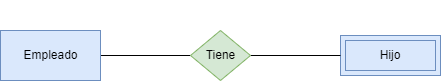
Above: tareas/tarea-1/images/ejercicio8.drawio.png in aguemarrero/base-datos (draw.io), before the change. Source tidied: cells renumbered, new cells last; positions are measured from the earlier drawing's top-left corner, leaving out a move shared by most shapes. The source it was exported from:
```xml
<mxGraphModel>
  <root>
    <mxCell id="0" />
    <mxCell id="1" parent="0" />
    <mxCell id="2" style="edgeStyle=none;html=1;exitX=1;exitY=0.5;exitDx=0;exitDy=0;fontColor=#000000;endArrow=none;endFill=0;" parent="1" edge="1" source="3" target="6">
      <mxGeometry relative="1" as="geometry" />
    </mxCell>
    <mxCell id="3" value="&lt;font color=&quot;#000000&quot;&gt;Empleado&lt;/font&gt;" style="html=1;dashed=0;whitespace=wrap;fillColor=#dae8fc;strokeColor=#6c8ebf;" parent="1" vertex="1">
      <mxGeometry y="30" width="100" height="50" as="geometry" />
    </mxCell>
    <mxCell id="4" value="&lt;font color=&quot;#000000&quot;&gt;Hijo&lt;/font&gt;" style="shape=ext;margin=3;double=1;whiteSpace=wrap;html=1;align=center;fillColor=#dae8fc;strokeColor=#6c8ebf;" parent="1" vertex="1">
      <mxGeometry x="340" y="35" width="100" height="40" as="geometry" />
    </mxCell>
    <mxCell id="5" style="edgeStyle=none;html=1;exitX=1;exitY=0.5;exitDx=0;exitDy=0;fontColor=#000000;endArrow=none;endFill=0;" parent="1" edge="1" source="6" target="4">
      <mxGeometry relative="1" as="geometry" />
    </mxCell>
    <mxCell id="6" value="&lt;font color=&quot;#000000&quot;&gt;Tiene&lt;/font&gt;" style="shape=rhombus;html=1;dashed=0;whitespace=wrap;perimeter=rhombusPerimeter;fillColor=#d5e8d4;strokeColor=#82b366;" parent="1" vertex="1">
      <mxGeometry x="190" y="30" width="60" height="50" as="geometry" />
    </mxCell>
    <mxCell id="7" value="&lt;font color=&quot;#ffffff&quot;&gt;(0:N)&lt;/font&gt;" style="text;html=1;align=center;verticalAlign=middle;strokeColor=none;fillColor=none;fontColor=#000000;" parent="1" vertex="1">
      <mxGeometry x="295" y="25" width="50" height="30" as="geometry" />
    </mxCell>
    <mxCell id="8" value="&lt;font color=&quot;#ffffff&quot;&gt;(1:1)&lt;/font&gt;" style="text;html=1;align=center;verticalAlign=middle;strokeColor=none;fillColor=none;fontColor=#000000;" parent="1" vertex="1">
      <mxGeometry x="100" y="25" width="50" height="30" as="geometry" />
    </mxCell>
    <mxCell id="9" value="&lt;font color=&quot;#ffffff&quot;&gt;&lt;b&gt;1:N&lt;/b&gt;&lt;/font&gt;" style="text;html=1;align=center;verticalAlign=middle;strokeColor=none;fillColor=none;fontColor=#000000;" parent="1" vertex="1">
      <mxGeometry x="200" width="40" height="30" as="geometry" />
    </mxCell>
  </root>
</mxGraphModel>
```
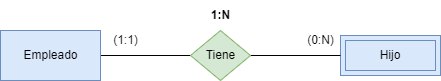
Above is the later version.

The edit, as a diff of the source:
```diff
@@ -17,13 +17,13 @@
     <mxCell id="6" value="&lt;font color=&quot;#000000&quot;&gt;Tiene&lt;/font&gt;" style="shape=rhombus;html=1;dashed=0;whitespace=wrap;perimeter=rhombusPerimeter;fillColor=#d5e8d4;strokeColor=#82b366;" parent="1" vertex="1">
       <mxGeometry x="190" y="30" width="60" height="50" as="geometry" />
     </mxCell>
-    <mxCell id="7" value="&lt;font color=&quot;#ffffff&quot;&gt;(0:N)&lt;/font&gt;" style="text;html=1;align=center;verticalAlign=middle;strokeColor=none;fillColor=none;fontColor=#000000;" parent="1" vertex="1">
+    <mxCell id="7" value="(0:N)" style="text;html=1;align=center;verticalAlign=middle;strokeColor=none;fillColor=none;fontColor=#000000;" parent="1" vertex="1">
       <mxGeometry x="295" y="25" width="50" height="30" as="geometry" />
     </mxCell>
-    <mxCell id="8" value="&lt;font color=&quot;#ffffff&quot;&gt;(1:1)&lt;/font&gt;" style="text;html=1;align=center;verticalAlign=middle;strokeColor=none;fillColor=none;fontColor=#000000;" parent="1" vertex="1">
+    <mxCell id="8" value="(1:1)" style="text;html=1;align=center;verticalAlign=middle;strokeColor=none;fillColor=none;fontColor=#000000;" parent="1" vertex="1">
       <mxGeometry x="100" y="25" width="50" height="30" as="geometry" />
     </mxCell>
-    <mxCell id="9" value="&lt;font color=&quot;#ffffff&quot;&gt;&lt;b&gt;1:N&lt;/b&gt;&lt;/font&gt;" style="text;html=1;align=center;verticalAlign=middle;strokeColor=none;fillColor=none;fontColor=#000000;" parent="1" vertex="1">
+    <mxCell id="9" value="&lt;b style=&quot;&quot;&gt;1:N&lt;/b&gt;" style="text;html=1;align=center;verticalAlign=middle;strokeColor=none;fillColor=none;fontColor=#000000;" parent="1" vertex="1">
       <mxGeometry x="200" width="40" height="30" as="geometry" />
     </mxCell>
   </root>
```
